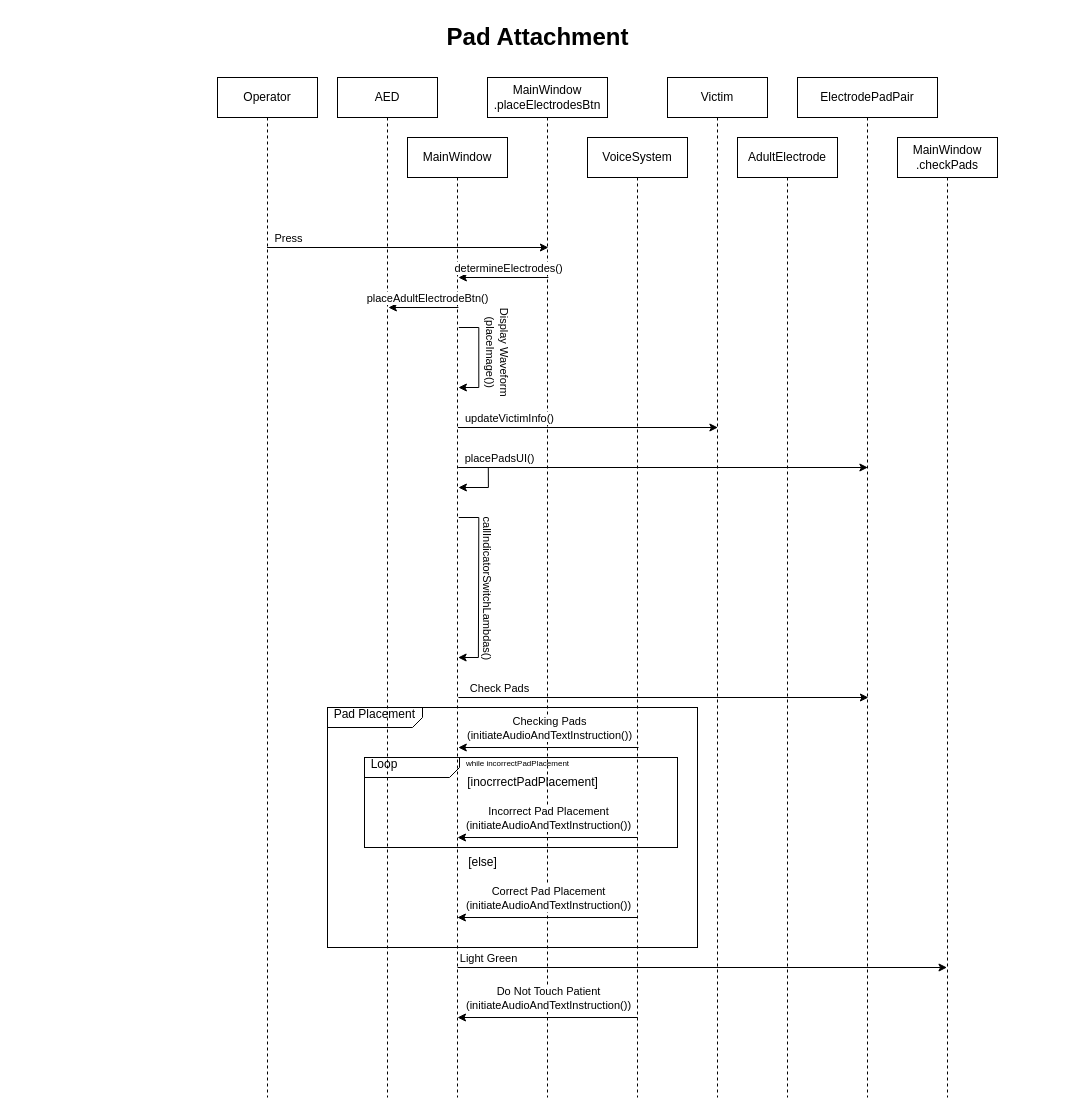
Earlier version of the draw.io diagram Documentation/Drawio/Comp3004Final_PadAttachement.drawio (ConnorG1067/COMP3004-FA). Source tidied: cells renumbered, new cells numbered last; positions are measured from the earlier drawing's top-left corner, leaving out a move shared by most shapes. Both pictures are drawn from the tidied source at 100%, with x=0, y=0 at pixel (17, 17).
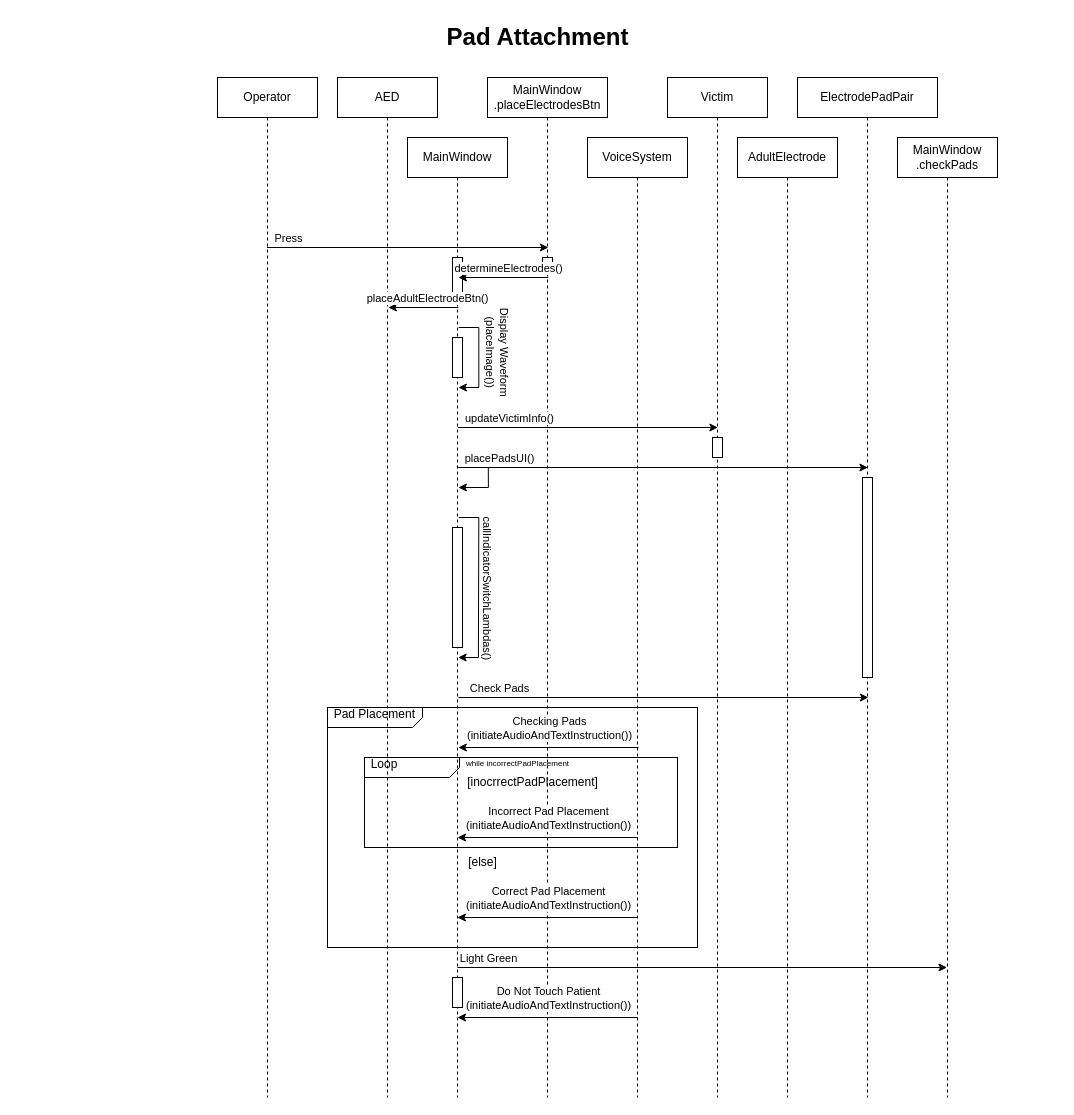
The same diagram, later.

Unchanged cells that the change refers to:
```xml
<mxCell id="5" value="Victim" style="shape=umlLifeline;perimeter=lifelinePerimeter;whiteSpace=wrap;html=1;newEdgeStyle={&quot;edgeStyle&quot;:&quot;elbowEdgeStyle&quot;,&quot;elbow&quot;:&quot;vertical&quot;,&quot;curved&quot;:0,&quot;rounded&quot;:0};" parent="1" vertex="1">
  <mxGeometry x="650" y="60" width="100" height="1020" as="geometry" />
</mxCell>
<mxCell id="7" value="ElectrodePadPair" style="shape=umlLifeline;perimeter=lifelinePerimeter;whiteSpace=wrap;html=1;newEdgeStyle={&quot;edgeStyle&quot;:&quot;elbowEdgeStyle&quot;,&quot;elbow&quot;:&quot;vertical&quot;,&quot;curved&quot;:0,&quot;rounded&quot;:0};fontStyle=0;" parent="1" vertex="1">
  <mxGeometry x="780" y="60" width="140" height="1020" as="geometry" />
</mxCell>
<mxCell id="8" value="MainWindow" style="shape=umlLifeline;perimeter=lifelinePerimeter;whiteSpace=wrap;html=1;newEdgeStyle={&quot;edgeStyle&quot;:&quot;elbowEdgeStyle&quot;,&quot;elbow&quot;:&quot;vertical&quot;,&quot;curved&quot;:0,&quot;rounded&quot;:0};" parent="1" vertex="1">
  <mxGeometry x="390" y="120" width="100" height="960" as="geometry" />
</mxCell>
<mxCell id="11" value="&lt;div&gt;MainWindow&lt;/div&gt;&lt;div&gt;.placeElectrodesBtn&lt;br&gt;&lt;/div&gt;" style="shape=umlLifeline;perimeter=lifelinePerimeter;whiteSpace=wrap;html=1;newEdgeStyle={&quot;edgeStyle&quot;:&quot;elbowEdgeStyle&quot;,&quot;elbow&quot;:&quot;vertical&quot;,&quot;curved&quot;:0,&quot;rounded&quot;:0};" parent="1" vertex="1">
  <mxGeometry x="470" y="60" width="120" height="1020" as="geometry" />
</mxCell>
```

Diff of the diagram source:
```diff
@@
+    <mxCell id="44" style="html=1;perimeter=orthogonalPerimeter;targetShapes=umlLifeline;newEdgeStyle={&quot;curved&quot;:0,&quot;rounded&quot;:0};" parent="5" vertex="1">
+      <mxGeometry x="45" y="360" width="10" height="20" as="geometry" />
+    </mxCell>
@@
+    <mxCell id="45" style="html=1;perimeter=orthogonalPerimeter;targetShapes=umlLifeline;newEdgeStyle={&quot;curved&quot;:0,&quot;rounded&quot;:0};" parent="7" vertex="1">
+      <mxGeometry x="65" y="400" width="10" height="200" as="geometry" />
+    </mxCell>
@@
+    <mxCell id="46" style="html=1;perimeter=orthogonalPerimeter;targetShapes=umlLifeline;newEdgeStyle={&quot;curved&quot;:0,&quot;rounded&quot;:0};" parent="8" vertex="1">
+      <mxGeometry x="45" y="120" width="10" height="40" as="geometry" />
+    </mxCell>
+    <mxCell id="47" style="html=1;perimeter=orthogonalPerimeter;targetShapes=umlLifeline;newEdgeStyle={&quot;curved&quot;:0,&quot;rounded&quot;:0};" parent="8" vertex="1">
+      <mxGeometry x="45" y="200" width="10" height="40" as="geometry" />
+    </mxCell>
+    <mxCell id="48" style="html=1;perimeter=orthogonalPerimeter;targetShapes=umlLifeline;newEdgeStyle={&quot;curved&quot;:0,&quot;rounded&quot;:0};" parent="8" vertex="1">
+      <mxGeometry x="45" y="390" width="10" height="120" as="geometry" />
+    </mxCell>
+    <mxCell id="49" style="html=1;perimeter=orthogonalPerimeter;targetShapes=umlLifeline;newEdgeStyle={&quot;curved&quot;:0,&quot;rounded&quot;:0};" parent="8" vertex="1">
+      <mxGeometry x="45" y="840" width="10" height="30" as="geometry" />
+    </mxCell>
@@
+    <mxCell id="50" style="html=1;perimeter=orthogonalPerimeter;targetShapes=umlLifeline;newEdgeStyle={&quot;curved&quot;:0,&quot;rounded&quot;:0};" parent="11" vertex="1">
+      <mxGeometry x="55" y="180" width="10" height="10" as="geometry" />
+    </mxCell>
```
